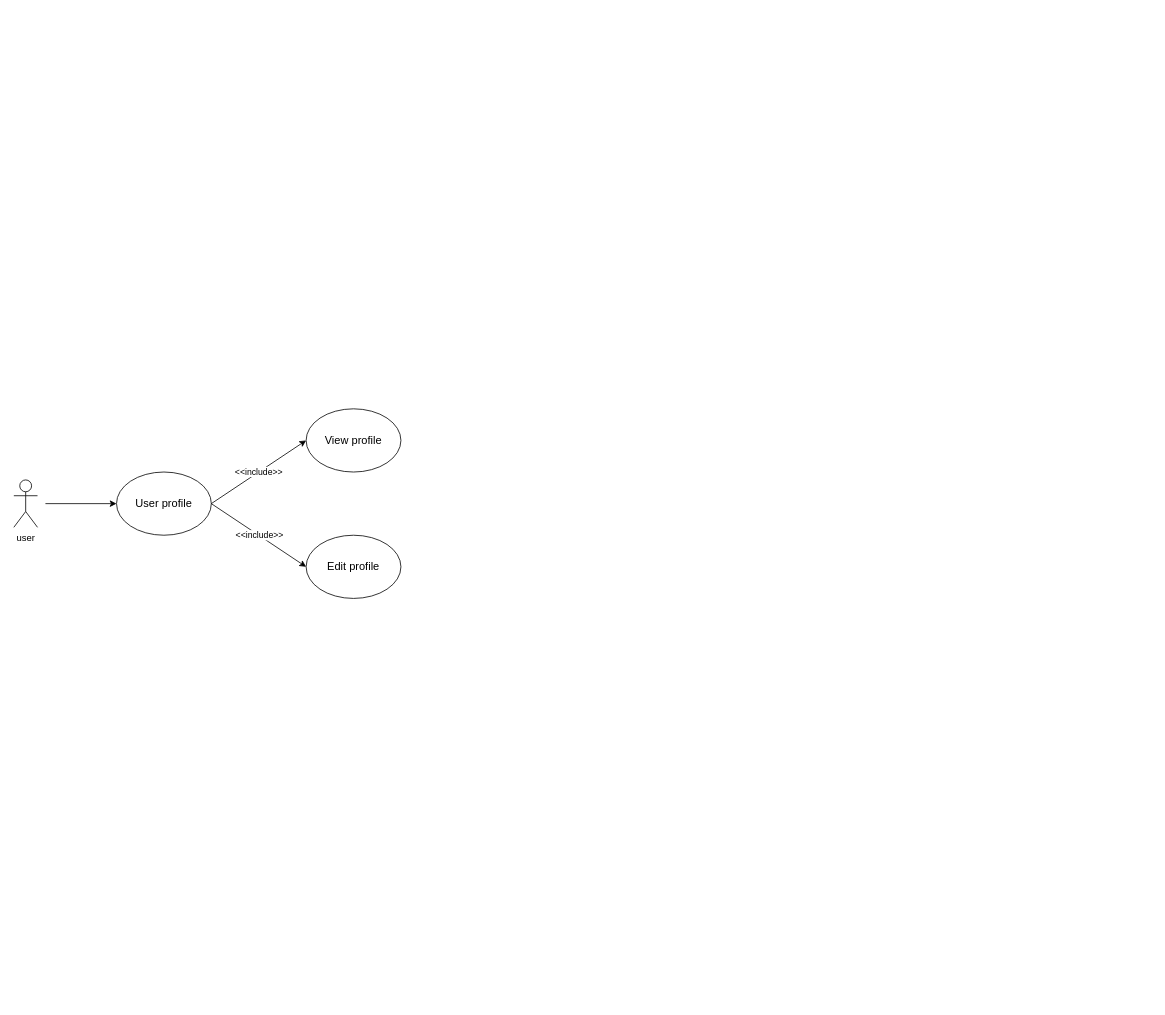
Earlier version of the draw.io diagram page "usecase: User profile" (3 of 5) of designs/usecase.drawio (PhoenixWK/spirit-blossom). Source tidied: cells renumbered, new cells numbered last; positions are measured from the earlier drawing's top-left corner, leaving out a move shared by most shapes. Both pictures are drawn from the tidied source at 79%, with x=0, y=0 at pixel (13, 408).
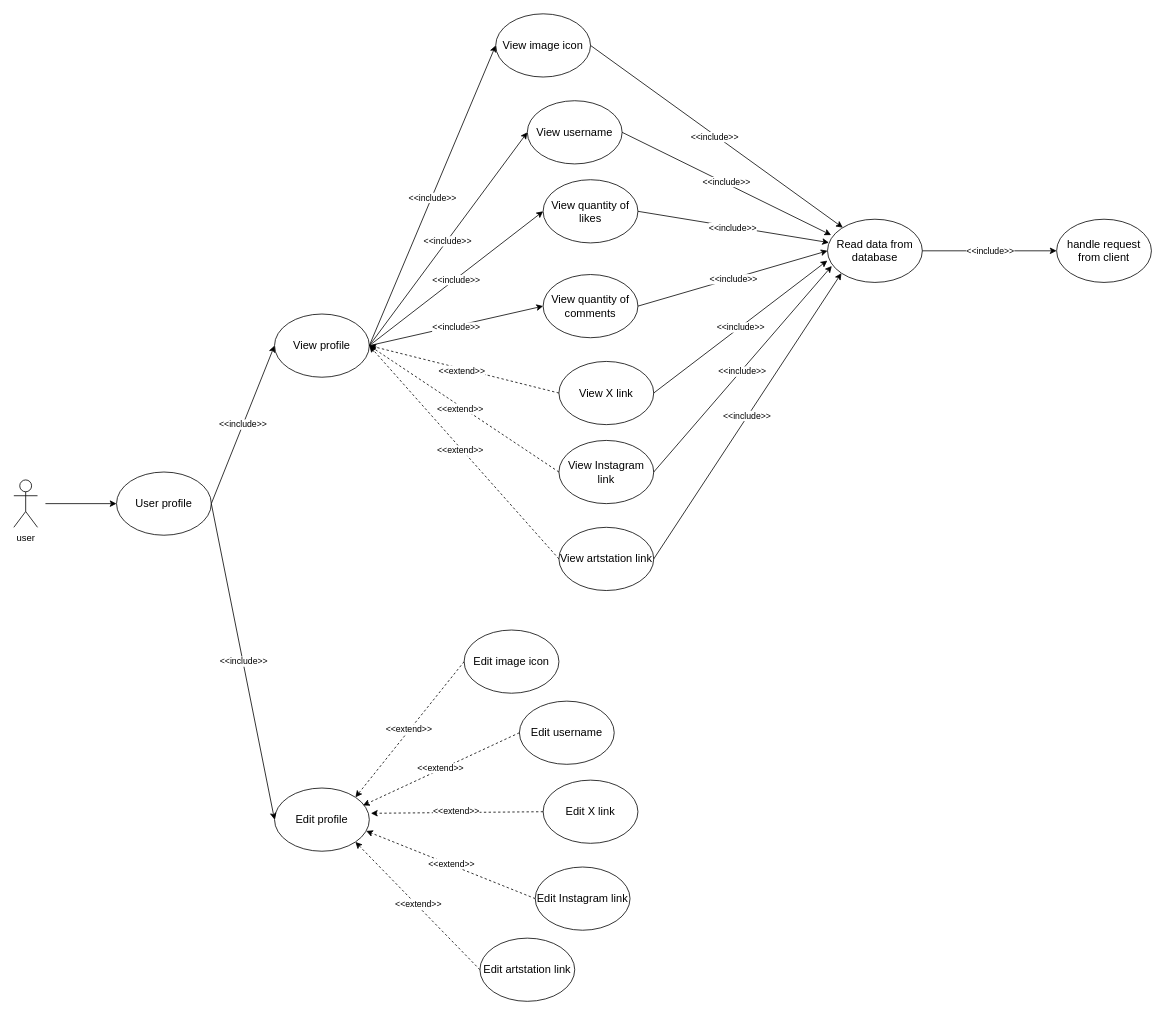
The same diagram, later.

Change to the diagram source:
```diff
@@
     <mxCell id="3" value="&lt;font style=&quot;font-size: 14px;&quot;&gt;View profile&lt;/font&gt;" style="ellipse;whiteSpace=wrap;html=1;fillColor=default;" parent="1" vertex="1">
-      <mxGeometry x="370" width="120" height="80" as="geometry" />
+      <mxGeometry x="330" y="-120" width="120" height="80" as="geometry" />
     </mxCell>
     <mxCell id="4" value="&lt;font style=&quot;font-size: 14px;&quot;&gt;Edit profile&lt;/font&gt;" style="ellipse;whiteSpace=wrap;html=1;fillColor=default;" parent="1" vertex="1">
-      <mxGeometry x="370" y="160" width="120" height="80" as="geometry" />
+      <mxGeometry x="330" y="480" width="120" height="80" as="geometry" />
     </mxCell>
@@
+    <mxCell id="11" value="&lt;font style=&quot;font-size: 14px;&quot;&gt;View image icon&lt;/font&gt;" style="ellipse;whiteSpace=wrap;html=1;" parent="1" vertex="1">
+      <mxGeometry x="610" y="-500" width="120" height="80" as="geometry" />
+    </mxCell>
+    <mxCell id="12" style="endArrow=classic;html=1;rounded=0;exitX=1;exitY=0.5;exitDx=0;exitDy=0;entryX=0;entryY=0.5;entryDx=0;entryDy=0;" parent="1" edge="1" source="3" target="11">
+      <mxGeometry relative="1" as="geometry" />
+    </mxCell>
+    <mxCell id="13" value="&amp;lt;&amp;lt;include&amp;gt;&amp;gt;" style="edgeLabel;html=1;align=center;verticalAlign=middle;" parent="12" vertex="1">
+      <mxGeometry x="-0.01" relative="1" as="geometry">
+        <mxPoint y="1" as="offset" />
+      </mxGeometry>
+    </mxCell>
+    <mxCell id="14" value="&lt;font style=&quot;font-size: 14px;&quot;&gt;View username&lt;/font&gt;" style="ellipse;whiteSpace=wrap;html=1;" parent="1" vertex="1">
+      <mxGeometry x="650" y="-390" width="120" height="80" as="geometry" />
+    </mxCell>
+    <mxCell id="15" value="&lt;font style=&quot;font-size: 14px;&quot;&gt;View quantity of likes&lt;/font&gt;" style="ellipse;whiteSpace=wrap;html=1;" parent="1" vertex="1">
+      <mxGeometry x="670" y="-290" width="120" height="80" as="geometry" />
+    </mxCell>
+    <mxCell id="16" value="&lt;font style=&quot;font-size: 14px;&quot;&gt;View quantity of comments&lt;/font&gt;" style="ellipse;whiteSpace=wrap;html=1;" parent="1" vertex="1">
+      <mxGeometry x="670" y="-170" width="120" height="80" as="geometry" />
+    </mxCell>
+    <mxCell id="17" style="endArrow=classic;html=1;rounded=0;exitX=1;exitY=0.5;exitDx=0;exitDy=0;entryX=0;entryY=0.5;entryDx=0;entryDy=0;" parent="1" edge="1" source="3" target="14">
+      <mxGeometry relative="1" as="geometry" />
+    </mxCell>
+    <mxCell id="18" value="&amp;lt;&amp;lt;include&amp;gt;&amp;gt;" style="edgeLabel;html=1;align=center;verticalAlign=middle;" parent="17" vertex="1">
+      <mxGeometry x="-0.01" relative="1" as="geometry">
+        <mxPoint y="1" as="offset" />
+      </mxGeometry>
+    </mxCell>
+    <mxCell id="19" style="endArrow=classic;html=1;rounded=0;exitX=1;exitY=0.5;exitDx=0;exitDy=0;entryX=0;entryY=0.5;entryDx=0;entryDy=0;" parent="1" edge="1" source="3" target="15">
+      <mxGeometry relative="1" as="geometry" />
+    </mxCell>
+    <mxCell id="20" value="&amp;lt;&amp;lt;include&amp;gt;&amp;gt;" style="edgeLabel;html=1;align=center;verticalAlign=middle;" parent="19" vertex="1">
+      <mxGeometry x="-0.01" relative="1" as="geometry">
+        <mxPoint y="1" as="offset" />
+      </mxGeometry>
+    </mxCell>
+    <mxCell id="21" style="endArrow=classic;html=1;rounded=0;exitX=1;exitY=0.5;exitDx=0;exitDy=0;entryX=0;entryY=0.5;entryDx=0;entryDy=0;" parent="1" edge="1" source="3" target="16">
+      <mxGeometry relative="1" as="geometry" />
+    </mxCell>
+    <mxCell id="22" value="&amp;lt;&amp;lt;include&amp;gt;&amp;gt;" style="edgeLabel;html=1;align=center;verticalAlign=middle;" parent="21" vertex="1">
+      <mxGeometry x="-0.01" relative="1" as="geometry">
+        <mxPoint y="1" as="offset" />
+      </mxGeometry>
+    </mxCell>
+    <mxCell id="23" value="&lt;font style=&quot;font-size: 14px;&quot;&gt;View X link&lt;/font&gt;" style="ellipse;whiteSpace=wrap;html=1;" parent="1" vertex="1">
+      <mxGeometry x="690" y="-60" width="120" height="80" as="geometry" />
+    </mxCell>
+    <mxCell id="24" value="&lt;font style=&quot;font-size: 14px;&quot;&gt;View Instagram link&lt;/font&gt;" style="ellipse;whiteSpace=wrap;html=1;" parent="1" vertex="1">
+      <mxGeometry x="690" y="40" width="120" height="80" as="geometry" />
+    </mxCell>
+    <mxCell id="25" value="&lt;font style=&quot;font-size: 14px;&quot;&gt;View artstation link&lt;/font&gt;" style="ellipse;whiteSpace=wrap;html=1;" parent="1" vertex="1">
+      <mxGeometry x="690" y="150" width="120" height="80" as="geometry" />
+    </mxCell>
+    <mxCell id="26" style="endArrow=classic;html=1;rounded=0;exitX=0;exitY=0.5;exitDx=0;exitDy=0;entryX=1;entryY=0.5;entryDx=0;entryDy=0;dashed=1;" parent="1" edge="1" source="23" target="3">
+      <mxGeometry relative="1" as="geometry" />
+    </mxCell>
+    <mxCell id="27" value="&amp;lt;&amp;lt;extend&amp;gt;&amp;gt;" style="edgeLabel;html=1;align=center;verticalAlign=middle;" parent="26" vertex="1">
+      <mxGeometry x="0.03" y="2" relative="1" as="geometry" />
+    </mxCell>
+    <mxCell id="28" style="endArrow=classic;html=1;rounded=0;exitX=0;exitY=0.5;exitDx=0;exitDy=0;entryX=1;entryY=0.5;entryDx=0;entryDy=0;dashed=1;" parent="1" edge="1" source="24" target="3">
+      <mxGeometry relative="1" as="geometry" />
+    </mxCell>
+    <mxCell id="29" value="&amp;lt;&amp;lt;extend&amp;gt;&amp;gt;" style="edgeLabel;html=1;align=center;verticalAlign=middle;" parent="28" vertex="1">
+      <mxGeometry x="0.03" y="2" relative="1" as="geometry" />
+    </mxCell>
+    <mxCell id="30" style="endArrow=classic;html=1;rounded=0;exitX=0;exitY=0.5;exitDx=0;exitDy=0;entryX=1;entryY=0.5;entryDx=0;entryDy=0;dashed=1;" parent="1" edge="1" source="25" target="3">
+      <mxGeometry relative="1" as="geometry" />
+    </mxCell>
+    <mxCell id="31" value="&amp;lt;&amp;lt;extend&amp;gt;&amp;gt;" style="edgeLabel;html=1;align=center;verticalAlign=middle;" parent="30" vertex="1">
+      <mxGeometry x="0.03" y="2" relative="1" as="geometry" />
+    </mxCell>
+    <mxCell id="32" value="&lt;font style=&quot;font-size: 14px;&quot;&gt;Edit image icon&lt;/font&gt;" style="ellipse;whiteSpace=wrap;html=1;" parent="1" vertex="1">
+      <mxGeometry x="570" y="280" width="120" height="80" as="geometry" />
+    </mxCell>
+    <mxCell id="33" value="&lt;font style=&quot;font-size: 14px;&quot;&gt;Edit username&lt;/font&gt;" style="ellipse;whiteSpace=wrap;html=1;" parent="1" vertex="1">
+      <mxGeometry x="640" y="370" width="120" height="80" as="geometry" />
+    </mxCell>
+    <mxCell id="34" value="&lt;span style=&quot;font-size: 14px;&quot;&gt;Read data from database&lt;/span&gt;" style="ellipse;whiteSpace=wrap;html=1;" parent="1" vertex="1">
+      <mxGeometry x="1030" y="-240" width="120" height="80" as="geometry" />
+    </mxCell>
+    <mxCell id="35" style="endArrow=classic;html=1;rounded=0;exitX=1;exitY=0.5;exitDx=0;exitDy=0;" parent="1" edge="1" source="11" target="34">
+      <mxGeometry relative="1" as="geometry" />
+    </mxCell>
+    <mxCell id="36" value="&amp;lt;&amp;lt;include&amp;gt;&amp;gt;" style="edgeLabel;html=1;align=center;verticalAlign=middle;" parent="35" vertex="1">
+      <mxGeometry x="-0.01" y="-2" relative="1" as="geometry" />
+    </mxCell>
+    <mxCell id="37" style="endArrow=classic;html=1;rounded=0;exitX=1;exitY=0.5;exitDx=0;exitDy=0;entryX=0.038;entryY=0.25;entryDx=0;entryDy=0;entryPerimeter=0;" parent="1" edge="1" source="14" target="34">
+      <mxGeometry relative="1" as="geometry" />
+    </mxCell>
+    <mxCell id="38" value="&amp;lt;&amp;lt;include&amp;gt;&amp;gt;" style="edgeLabel;html=1;align=center;verticalAlign=middle;" parent="37" vertex="1">
+      <mxGeometry x="-0.01" y="2" relative="1" as="geometry" />
+    </mxCell>
+    <mxCell id="39" style="endArrow=classic;html=1;rounded=0;exitX=1;exitY=0.5;exitDx=0;exitDy=0;entryX=0.015;entryY=0.37;entryDx=0;entryDy=0;entryPerimeter=0;" parent="1" edge="1" source="15" target="34">
+      <mxGeometry relative="1" as="geometry" />
+    </mxCell>
+    <mxCell id="40" value="&amp;lt;&amp;lt;include&amp;gt;&amp;gt;" style="edgeLabel;html=1;align=center;verticalAlign=middle;" parent="39" vertex="1">
+      <mxGeometry x="-0.01" y="-1" relative="1" as="geometry" />
+    </mxCell>
+    <mxCell id="41" style="endArrow=classic;html=1;rounded=0;exitX=1;exitY=0.5;exitDx=0;exitDy=0;entryX=0;entryY=0.5;entryDx=0;entryDy=0;" parent="1" edge="1" source="16" target="34">
+      <mxGeometry relative="1" as="geometry" />
+    </mxCell>
+    <mxCell id="42" value="&amp;lt;&amp;lt;include&amp;gt;&amp;gt;" style="edgeLabel;html=1;align=center;verticalAlign=middle;" parent="41" vertex="1">
+      <mxGeometry relative="1" as="geometry" />
+    </mxCell>
+    <mxCell id="43" style="endArrow=classic;html=1;rounded=0;exitX=1;exitY=0.5;exitDx=0;exitDy=0;entryX=-0.002;entryY=0.655;entryDx=0;entryDy=0;entryPerimeter=0;" parent="1" edge="1" source="23" target="34">
+      <mxGeometry relative="1" as="geometry" />
+    </mxCell>
+    <mxCell id="44" value="&amp;lt;&amp;lt;include&amp;gt;&amp;gt;" style="edgeLabel;html=1;align=center;verticalAlign=middle;" parent="43" vertex="1">
+      <mxGeometry relative="1" as="geometry" />
+    </mxCell>
+    <mxCell id="45" style="endArrow=classic;html=1;rounded=0;exitX=1;exitY=0.5;exitDx=0;exitDy=0;entryX=0.045;entryY=0.74;entryDx=0;entryDy=0;entryPerimeter=0;" parent="1" edge="1" source="24" target="34">
+      <mxGeometry relative="1" as="geometry" />
+    </mxCell>
+    <mxCell id="46" value="&amp;lt;&amp;lt;include&amp;gt;&amp;gt;" style="edgeLabel;html=1;align=center;verticalAlign=middle;" parent="45" vertex="1">
+      <mxGeometry x="-0.02" y="-1" relative="1" as="geometry" />
+    </mxCell>
+    <mxCell id="47" style="endArrow=classic;html=1;rounded=0;exitX=1;exitY=0.5;exitDx=0;exitDy=0;entryX=0;entryY=1;entryDx=0;entryDy=0;" parent="1" edge="1" source="25" target="34">
+      <mxGeometry relative="1" as="geometry" />
+    </mxCell>
+    <mxCell id="48" value="&amp;lt;&amp;lt;include&amp;gt;&amp;gt;" style="edgeLabel;html=1;align=center;verticalAlign=middle;" parent="47" vertex="1">
+      <mxGeometry y="1" relative="1" as="geometry" />
+    </mxCell>
+    <mxCell id="49" value="&lt;font style=&quot;font-size: 14px;&quot;&gt;handle request&lt;/font&gt;&lt;div&gt;&lt;font style=&quot;font-size: 14px;&quot;&gt;from client&lt;/font&gt;&lt;/div&gt;" style="ellipse;whiteSpace=wrap;html=1;" parent="1" vertex="1">
+      <mxGeometry x="1320" y="-240" width="120" height="80" as="geometry" />
+    </mxCell>
+    <mxCell id="50" style="endArrow=classic;html=1;rounded=0;exitX=1;exitY=0.5;exitDx=0;exitDy=0;entryX=0;entryY=0.5;entryDx=0;entryDy=0;" parent="1" edge="1" source="34" target="49">
+      <mxGeometry relative="1" as="geometry" />
+    </mxCell>
+    <mxCell id="51" value="&amp;lt;&amp;lt;include&amp;gt;&amp;gt;" style="edgeLabel;html=1;align=center;verticalAlign=middle;" parent="50" vertex="1">
+      <mxGeometry y="1" relative="1" as="geometry" />
+    </mxCell>
+    <mxCell id="52" value="&lt;font style=&quot;font-size: 14px;&quot;&gt;Edit X link&lt;/font&gt;" style="ellipse;whiteSpace=wrap;html=1;" parent="1" vertex="1">
+      <mxGeometry x="670" y="470" width="120" height="80" as="geometry" />
+    </mxCell>
+    <mxCell id="53" value="&lt;font style=&quot;font-size: 14px;&quot;&gt;Edit Instagram link&lt;/font&gt;" style="ellipse;whiteSpace=wrap;html=1;" parent="1" vertex="1">
+      <mxGeometry x="660" y="580" width="120" height="80" as="geometry" />
+    </mxCell>
+    <mxCell id="54" value="&lt;font style=&quot;font-size: 14px;&quot;&gt;Edit artstation link&lt;/font&gt;" style="ellipse;whiteSpace=wrap;html=1;" parent="1" vertex="1">
+      <mxGeometry x="590" y="670" width="120" height="80" as="geometry" />
+    </mxCell>
+    <mxCell id="55" style="endArrow=classic;html=1;rounded=0;exitX=0;exitY=0.5;exitDx=0;exitDy=0;entryX=1;entryY=0;entryDx=0;entryDy=0;dashed=1;" parent="1" edge="1" source="32" target="4">
+      <mxGeometry relative="1" as="geometry" />
+    </mxCell>
+    <mxCell id="56" value="&amp;lt;&amp;lt;extend&amp;gt;&amp;gt;" style="edgeLabel;html=1;align=center;verticalAlign=middle;" parent="55" vertex="1">
+      <mxGeometry x="0.01" y="-2" relative="1" as="geometry" />
+    </mxCell>
+    <mxCell id="57" style="endArrow=classic;html=1;rounded=0;exitX=0;exitY=0.5;exitDx=0;exitDy=0;entryX=1;entryY=0;entryDx=0;entryDy=0;dashed=1;" parent="1" edge="1" source="33">
+      <mxGeometry relative="1" as="geometry">
+        <mxPoint x="442" y="502" as="targetPoint" />
+      </mxGeometry>
+    </mxCell>
+    <mxCell id="58" value="&amp;lt;&amp;lt;extend&amp;gt;&amp;gt;" style="edgeLabel;html=1;align=center;verticalAlign=middle;" parent="57" vertex="1">
+      <mxGeometry x="0.01" y="-2" relative="1" as="geometry" />
+    </mxCell>
+    <mxCell id="59" style="endArrow=classic;html=1;rounded=0;exitX=0;exitY=0.5;exitDx=0;exitDy=0;entryX=1;entryY=0;entryDx=0;entryDy=0;dashed=1;" parent="1" edge="1" source="52">
+      <mxGeometry relative="1" as="geometry">
+        <mxPoint x="452" y="512" as="targetPoint" />
+      </mxGeometry>
+    </mxCell>
+    <mxCell id="60" value="&amp;lt;&amp;lt;extend&amp;gt;&amp;gt;" style="edgeLabel;html=1;align=center;verticalAlign=middle;" parent="59" vertex="1">
+      <mxGeometry x="0.01" y="-2" relative="1" as="geometry" />
+    </mxCell>
+    <mxCell id="61" style="endArrow=classic;html=1;rounded=0;exitX=0;exitY=0.5;exitDx=0;exitDy=0;entryX=0.967;entryY=0.68;entryDx=0;entryDy=0;dashed=1;entryPerimeter=0;" parent="1" edge="1" source="53" target="4">
+      <mxGeometry relative="1" as="geometry" />
+    </mxCell>
+    <mxCell id="62" value="&amp;lt;&amp;lt;extend&amp;gt;&amp;gt;" style="edgeLabel;html=1;align=center;verticalAlign=middle;" parent="61" vertex="1">
+      <mxGeometry x="0.01" y="-2" relative="1" as="geometry" />
+    </mxCell>
+    <mxCell id="63" style="endArrow=classic;html=1;rounded=0;exitX=0;exitY=0.5;exitDx=0;exitDy=0;entryX=1;entryY=1;entryDx=0;entryDy=0;dashed=1;" parent="1" edge="1" source="54" target="4">
+      <mxGeometry relative="1" as="geometry" />
+    </mxCell>
+    <mxCell id="64" value="&amp;lt;&amp;lt;extend&amp;gt;&amp;gt;" style="edgeLabel;html=1;align=center;verticalAlign=middle;" parent="63" vertex="1">
+      <mxGeometry x="0.01" y="-2" relative="1" as="geometry" />
+    </mxCell>
```
